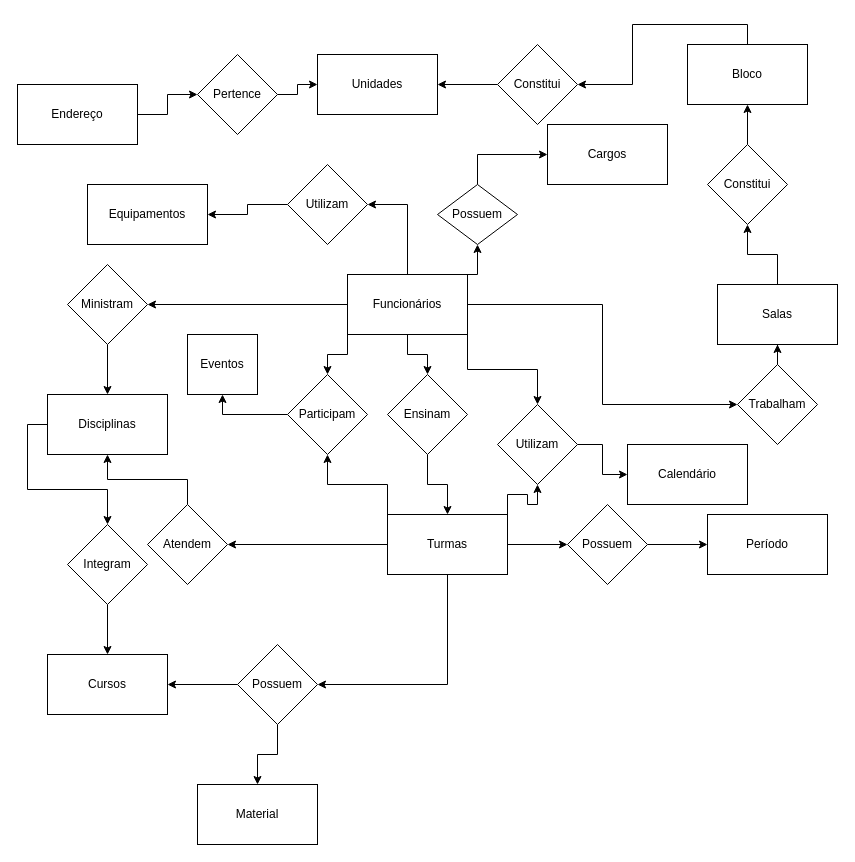
Above: Untitled Diagram.drawio in Nicholasmais/diagrams (draw.io), before the change. Source tidied: cells renumbered, new cells numbered last; positions are measured from the earlier drawing's top-left corner, leaving out a move shared by most shapes. Both pictures are drawn from the tidied source at 100%, with x=0, y=0 at pixel (17, 44).
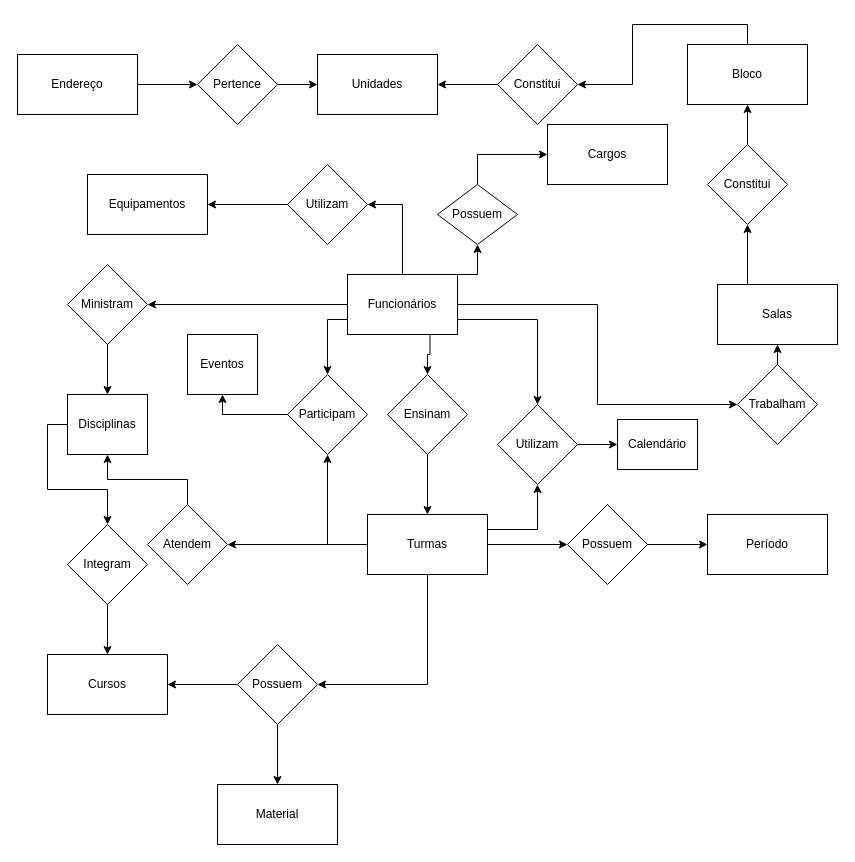
Above is the later version.

The change refers to these unchanged cells:
```xml
<mxCell id="6" value="Salas" style="rounded=0;whiteSpace=wrap;html=1;" parent="1" vertex="1">
  <mxGeometry x="700" y="240" width="120" height="60" as="geometry" />
</mxCell>
<mxCell id="33" value="Constitui" style="rhombus;whiteSpace=wrap;html=1;" parent="1" vertex="1">
  <mxGeometry x="690" y="100" width="80" height="80" as="geometry" />
</mxCell>
<mxCell id="41" value="Ensinam" style="rhombus;whiteSpace=wrap;html=1;" parent="1" vertex="1">
  <mxGeometry x="370" y="330" width="80" height="80" as="geometry" />
</mxCell>
<mxCell id="54" value="Utilizam" style="rhombus;whiteSpace=wrap;html=1;" parent="1" vertex="1">
  <mxGeometry x="480" y="360" width="80" height="80" as="geometry" />
</mxCell>
<mxCell id="57" value="Participam" style="rhombus;whiteSpace=wrap;html=1;" parent="1" vertex="1">
  <mxGeometry x="270" y="330" width="80" height="80" as="geometry" />
</mxCell>
<mxCell id="59" value="Possuem" style="rhombus;whiteSpace=wrap;html=1;" parent="1" vertex="1">
  <mxGeometry x="420" y="140" width="80" height="60" as="geometry" />
</mxCell>
```

Change to the diagram source:
```diff
@@
     <mxCell id="2" value="Equipamentos" style="rounded=0;whiteSpace=wrap;html=1;" parent="1" vertex="1">
-      <mxGeometry x="70" y="140" width="120" height="60" as="geometry" />
+      <mxGeometry x="70" y="130" width="120" height="60" as="geometry" />
     </mxCell>
@@
     <mxCell id="4" value="Material" style="rounded=0;whiteSpace=wrap;html=1;" parent="1" vertex="1">
-      <mxGeometry x="180" y="740" width="120" height="60" as="geometry" />
+      <mxGeometry x="200" y="740" width="120" height="60" as="geometry" />
     </mxCell>
-    <mxCell id="5" style="edgeStyle=orthogonalEdgeStyle;rounded=0;jettySize=auto;html=1;exitX=0.5;exitY=0;exitDx=0;exitDy=0;entryX=0.5;entryY=1;entryDx=0;entryDy=0;" parent="1" edge="1" source="6" target="33">
+    <mxCell id="5" style="edgeStyle=orthogonalEdgeStyle;rounded=0;jettySize=auto;html=1;exitX=0.25;exitY=0;exitDx=0;exitDy=0;entryX=0.5;entryY=1;entryDx=0;entryDy=0;" parent="1" edge="1" source="6" target="33">
       <mxGeometry relative="1" as="geometry" />
     </mxCell>
@@
     <mxCell id="8" value="Calendário" style="rounded=0;whiteSpace=wrap;html=1;" parent="1" vertex="1">
-      <mxGeometry x="610" y="400" width="120" height="60" as="geometry" />
+      <mxGeometry x="600" y="375" width="80" height="50" as="geometry" />
     </mxCell>
@@
     <mxCell id="10" value="Disciplinas" style="rounded=0;whiteSpace=wrap;html=1;" parent="1" vertex="1">
-      <mxGeometry x="30" y="350" width="120" height="60" as="geometry" />
+      <mxGeometry x="50" y="350" width="80" height="60" as="geometry" />
     </mxCell>
@@
-    <mxCell id="14" style="edgeStyle=orthogonalEdgeStyle;rounded=0;jettySize=auto;html=1;exitX=1;exitY=0;exitDx=0;exitDy=0;entryX=0.5;entryY=1;entryDx=0;entryDy=0;" parent="1" edge="1" source="16" target="54">
+    <mxCell id="14" style="edgeStyle=orthogonalEdgeStyle;rounded=0;jettySize=auto;html=1;exitX=1;exitY=0.25;exitDx=0;exitDy=0;entryX=0.5;entryY=1;entryDx=0;entryDy=0;" parent="1" edge="1" source="16" target="54">
       <mxGeometry relative="1" as="geometry" />
     </mxCell>
-    <mxCell id="15" style="edgeStyle=orthogonalEdgeStyle;rounded=0;jettySize=auto;html=1;exitX=0;exitY=0;exitDx=0;exitDy=0;entryX=0.5;entryY=1;entryDx=0;entryDy=0;" parent="1" edge="1" source="16" target="57">
+    <mxCell id="15" style="edgeStyle=orthogonalEdgeStyle;rounded=0;jettySize=auto;html=1;exitX=0;exitY=0.5;exitDx=0;exitDy=0;entryX=0.5;entryY=1;entryDx=0;entryDy=0;" parent="1" edge="1" source="16" target="57">
       <mxGeometry relative="1" as="geometry" />
     </mxCell>
     <mxCell id="16" value="Turmas" style="rounded=0;whiteSpace=wrap;html=1;" parent="1" vertex="1">
-      <mxGeometry x="370" y="470" width="120" height="60" as="geometry" />
+      <mxGeometry x="350" y="470" width="120" height="60" as="geometry" />
     </mxCell>
@@
-    <mxCell id="19" style="edgeStyle=orthogonalEdgeStyle;rounded=0;jettySize=auto;html=1;exitX=0.5;exitY=1;exitDx=0;exitDy=0;" parent="1" edge="1" source="24" target="41">
-      <mxGeometry relative="1" as="geometry" />
-    </mxCell>
@@
+    <mxCell id="23" style="edgeStyle=orthogonalEdgeStyle;rounded=0;jettySize=auto;html=1;exitX=1;exitY=0;exitDx=0;exitDy=0;entryX=0.5;entryY=1;entryDx=0;entryDy=0;" parent="1" edge="1" source="24" target="59">
+      <mxGeometry relative="1" as="geometry" />
+    </mxCell>
-    <mxCell id="21" style="edgeStyle=orthogonalEdgeStyle;rounded=0;jettySize=auto;html=1;exitX=1;exitY=1;exitDx=0;exitDy=0;entryX=0.5;entryY=0;entryDx=0;entryDy=0;" parent="1" edge="1" source="24" target="54">
+    <mxCell id="21" style="edgeStyle=orthogonalEdgeStyle;rounded=0;jettySize=auto;html=1;exitX=1;exitY=0.75;exitDx=0;exitDy=0;entryX=0.5;entryY=0;entryDx=0;entryDy=0;" parent="1" edge="1" source="24" target="54">
       <mxGeometry relative="1" as="geometry" />
     </mxCell>
-    <mxCell id="22" style="edgeStyle=orthogonalEdgeStyle;rounded=0;jettySize=auto;html=1;exitX=0;exitY=1;exitDx=0;exitDy=0;entryX=0.5;entryY=0;entryDx=0;entryDy=0;" parent="1" edge="1" source="24" target="57">
+    <mxCell id="22" style="edgeStyle=orthogonalEdgeStyle;rounded=0;jettySize=auto;html=1;exitX=0;exitY=0.75;exitDx=0;exitDy=0;entryX=0.5;entryY=0;entryDx=0;entryDy=0;" parent="1" edge="1" source="24" target="57">
       <mxGeometry relative="1" as="geometry" />
     </mxCell>
-    <mxCell id="23" style="edgeStyle=orthogonalEdgeStyle;rounded=0;jettySize=auto;html=1;exitX=1;exitY=0;exitDx=0;exitDy=0;entryX=0.5;entryY=1;entryDx=0;entryDy=0;" parent="1" edge="1" source="24" target="59">
-      <mxGeometry relative="1" as="geometry" />
-    </mxCell>
+    <mxCell id="19" style="edgeStyle=orthogonalEdgeStyle;rounded=0;jettySize=auto;html=1;exitX=0.75;exitY=1;exitDx=0;exitDy=0;entryX=0.5;entryY=0;entryDx=0;entryDy=0;" parent="1" edge="1" source="24" target="41">
+      <mxGeometry relative="1" as="geometry" />
+    </mxCell>
     <mxCell id="24" value="Funcionários" style="rounded=0;whiteSpace=wrap;html=1;" parent="1" vertex="1">
-      <mxGeometry x="330" y="230" width="120" height="60" as="geometry" />
+      <mxGeometry x="330" y="230" width="110" height="60" as="geometry" />
     </mxCell>
@@
     <mxCell id="29" value="Endereço" style="rounded=0;whiteSpace=wrap;html=1;" parent="1" vertex="1">
-      <mxGeometry y="40" width="120" height="60" as="geometry" />
+      <mxGeometry y="10" width="120" height="60" as="geometry" />
     </mxCell>
@@
     <mxCell id="35" value="Pertence" style="rhombus;whiteSpace=wrap;html=1;" parent="1" vertex="1">
-      <mxGeometry x="180" y="10" width="80" height="80" as="geometry" />
+      <mxGeometry x="180" width="80" height="80" as="geometry" />
     </mxCell>
```
